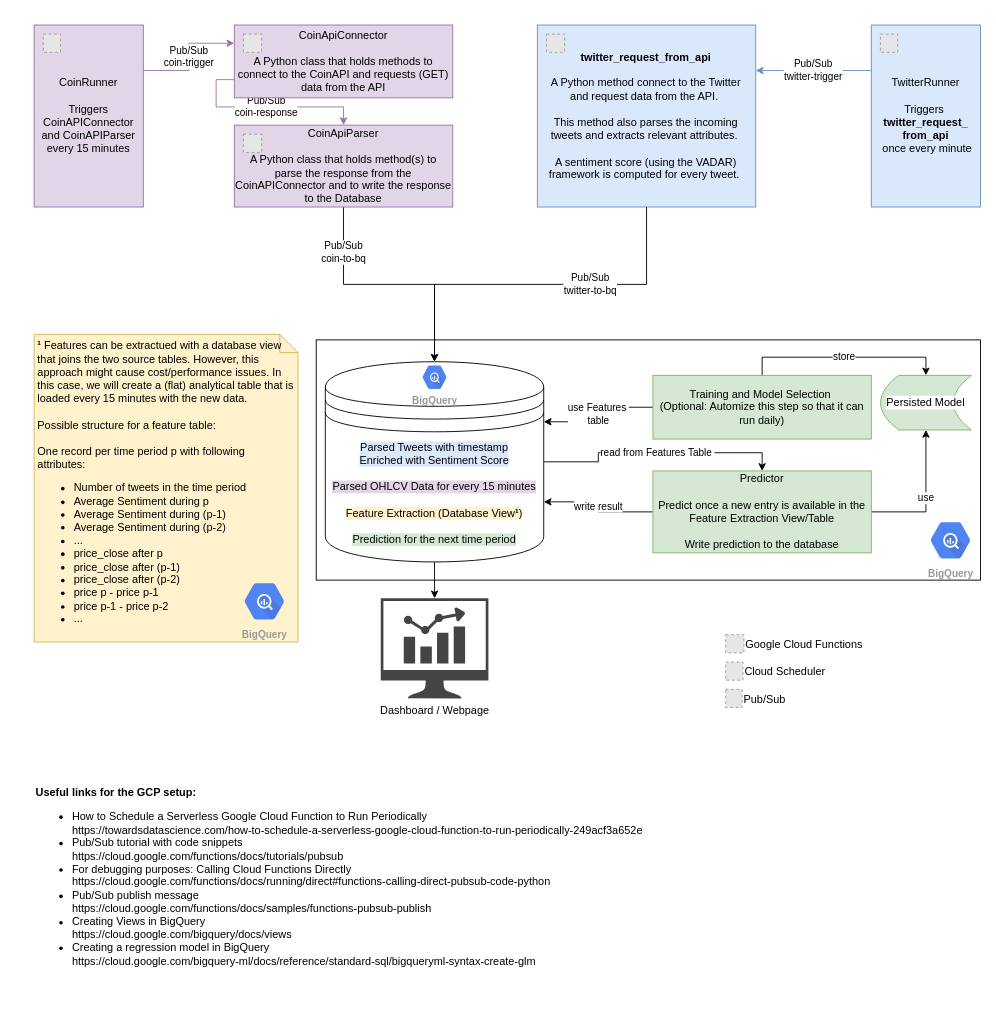
ptgrigorov27/TheMask keeps this draw.io diagram as page "All in one" (1 of 6) of documentation/DataFlow.drawio. Above is the earlier version. Source tidied: cells renumbered, new cells numbered last; positions are measured from the earlier drawing's top-left corner, leaving out a move shared by most shapes. Both pictures are drawn from the tidied source at 91%, with x=0, y=0 at pixel (34, 25). Pictures stored in the file or linked from it are replaced by grey dashed boxes.
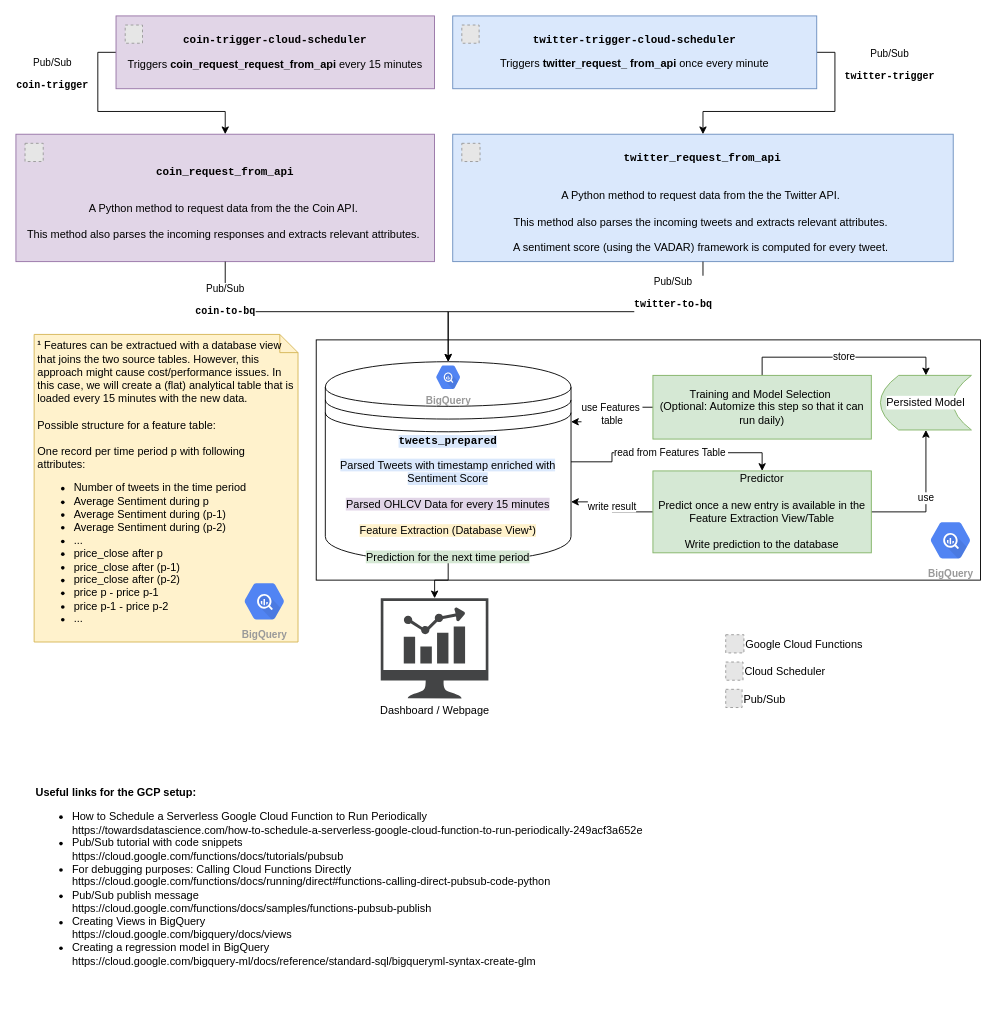
Above is the later version.

Change to the diagram source:
```diff
@@
-    <mxCell id="5" value="&lt;span style=&quot;background-color: rgb(218 , 232 , 252)&quot;&gt;Parsed Tweets with timestamp&lt;br&gt;Enriched with Sentiment Score&lt;/span&gt;&lt;br&gt;&lt;br&gt;&lt;span style=&quot;background-color: rgb(225 , 213 , 231)&quot;&gt;Parsed OHLCV Data for every 15 minutes&lt;br&gt;&lt;/span&gt;&lt;br&gt;&lt;font style=&quot;background-color: rgb(255 , 242 , 204)&quot;&gt;Feature Extraction (Database View&lt;b&gt;¹&lt;/b&gt;)&lt;br&gt;&lt;/font&gt;&lt;br&gt;&lt;span style=&quot;background-color: rgb(213 , 232 , 212)&quot;&gt;Prediction for the next time period&lt;/span&gt;" style="shape=datastore;whiteSpace=wrap;html=1;" parent="1" vertex="1">
-      <mxGeometry x="320" y="370" width="240" height="220" as="geometry" />
+    <mxCell id="5" value="&lt;pre&gt;&lt;span style=&quot;background-color: rgb(218 , 232 , 252)&quot;&gt;&lt;b&gt;tweets_prepared&lt;/b&gt;&lt;/span&gt;&lt;/pre&gt;&lt;span style=&quot;background-color: rgb(218 , 232 , 252)&quot;&gt;Parsed Tweets with timestamp enriched with Sentiment Score&lt;/span&gt;&lt;br&gt;&lt;br&gt;&lt;span style=&quot;background-color: rgb(225 , 213 , 231)&quot;&gt;Parsed OHLCV Data for every 15 minutes&lt;br&gt;&lt;/span&gt;&lt;br&gt;&lt;font style=&quot;background-color: rgb(255 , 242 , 204)&quot;&gt;Feature Extraction (Database View&lt;b&gt;¹&lt;/b&gt;)&lt;br&gt;&lt;/font&gt;&lt;br&gt;&lt;span style=&quot;background-color: rgb(213 , 232 , 212)&quot;&gt;Prediction for the next time period&lt;/span&gt;" style="shape=datastore;whiteSpace=wrap;html=1;" parent="1" vertex="1">
+      <mxGeometry x="320" y="370" width="270" height="220" as="geometry" />
     </mxCell>
-    <mxCell id="6" value="Pub/Sub&lt;br&gt;coin-response" style="edgeStyle=orthogonalEdgeStyle;rounded=0;jettySize=auto;html=1;exitX=0;exitY=0.75;exitDx=0;exitDy=0;fillColor=#e1d5e7;strokeColor=#9673a6;" parent="1" edge="1" source="7" target="9">
-      <mxGeometry relative="1" as="geometry">
-        <Array as="points">
-          <mxPoint x="200" y="60" />
-          <mxPoint x="200" y="90" />
-          <mxPoint x="340" y="90" />
-        </Array>
-      </mxGeometry>
-    </mxCell>
-    <mxCell id="7" value="CoinApiConnector&lt;br&gt;&lt;br&gt;A Python class that holds methods to connect to the CoinAPI and requests (GET) data from the API" style="rounded=0;whiteSpace=wrap;html=1;fillColor=#e1d5e7;strokeColor=#9673a6;" parent="1" vertex="1">
-      <mxGeometry x="220" width="240" height="80" as="geometry" />
+    <mxCell id="7" value="&lt;pre&gt;&lt;b&gt;coin_request_from_api&lt;/b&gt;&lt;/pre&gt;&lt;br&gt;A Python method to request data from the the Coin API.&amp;nbsp;&lt;br&gt;&lt;br&gt;This method also parses the incoming responses and extracts relevant attributes.&amp;nbsp;" style="rounded=0;whiteSpace=wrap;html=1;fillColor=#e1d5e7;strokeColor=#9673a6;spacingLeft=8;spacingRight=8;" parent="1" vertex="1">
+      <mxGeometry x="-20" y="120" width="460" height="140" as="geometry" />
     </mxCell>
-    <mxCell id="8" value="Pub/Sub&lt;br&gt;coin-to-bq" style="edgeStyle=orthogonalEdgeStyle;rounded=0;jettySize=auto;html=1;exitX=0.5;exitY=1;exitDx=0;exitDy=0;entryX=0.5;entryY=0;entryDx=0;entryDy=0;fontColor=#000000;" parent="1" edge="1" source="9" target="5">
-      <mxGeometry x="-0.63" relative="1" as="geometry" />
+    <mxCell id="8" value="Pub/Sub&lt;br&gt;&lt;pre&gt;&lt;b&gt;coin-to-bq&lt;/b&gt;&lt;/pre&gt;" style="edgeStyle=orthogonalEdgeStyle;rounded=0;jettySize=auto;html=1;exitX=0.5;exitY=1;exitDx=0;exitDy=0;entryX=0.5;entryY=0;entryDx=0;entryDy=0;fontColor=#000000;" parent="1" edge="1" source="7" target="5">
+      <mxGeometry x="-0.73" relative="1" as="geometry" />
     </mxCell>
-    <mxCell id="9" value="CoinApiParser&lt;br&gt;&lt;br&gt;A Python class that holds method(s) to parse the response from the CoinAPIConnector and to write the response to the Database" style="rounded=0;whiteSpace=wrap;html=1;fillColor=#e1d5e7;strokeColor=#9673a6;" parent="1" vertex="1">
-      <mxGeometry x="220" y="110" width="240" height="90" as="geometry" />
-    </mxCell>
-    <mxCell id="10" value="Pub/Sub&lt;br&gt;coin-trigger" style="edgeStyle=orthogonalEdgeStyle;rounded=0;jettySize=auto;html=1;exitX=1;exitY=0.25;exitDx=0;exitDy=0;entryX=0;entryY=0.25;entryDx=0;entryDy=0;fillColor=#e1d5e7;strokeColor=#9673a6;" parent="1" edge="1" source="11" target="7">
-      <mxGeometry relative="1" as="geometry" />
+    <mxCell id="10" value="Pub/Sub&lt;br&gt;&lt;pre&gt;&lt;b&gt;coin-trigger&lt;/b&gt;&lt;/pre&gt;" style="edgeStyle=orthogonalEdgeStyle;rounded=0;jettySize=auto;html=1;exitX=0;exitY=0.5;exitDx=0;exitDy=0;entryX=0.5;entryY=0;entryDx=0;entryDy=0;" parent="1" edge="1" source="11" target="7">
+      <mxGeometry x="-0.6" y="-50" relative="1" as="geometry" />
     </mxCell>
-    <mxCell id="11" value="CoinRunner&lt;br&gt;&lt;br&gt;Triggers CoinAPIConnector and CoinAPIParser every 15 minutes" style="rounded=0;whiteSpace=wrap;html=1;fillColor=#e1d5e7;strokeColor=#9673a6;" parent="1" vertex="1">
-      <mxGeometry width="120" height="200" as="geometry" />
+    <mxCell id="11" value="&lt;pre&gt;&lt;b&gt;coin-trigger-cloud-scheduler&lt;/b&gt;&lt;/pre&gt;&lt;p&gt;Triggers&amp;nbsp;&lt;b&gt;coin_&lt;/b&gt;&lt;b&gt;request_&lt;/b&gt;&lt;b&gt;request_&lt;/b&gt;&lt;b style=&quot;font-family: &amp;#34;helvetica&amp;#34;&quot;&gt;from_api &lt;/b&gt;&lt;span style=&quot;font-family: &amp;#34;helvetica&amp;#34;&quot;&gt;every 15 minutes&lt;/span&gt;&lt;/p&gt;&lt;p&gt;&lt;/p&gt;" style="rounded=0;whiteSpace=wrap;html=1;fillColor=#e1d5e7;strokeColor=#9673a6;" parent="1" vertex="1">
+      <mxGeometry x="90" y="-10" width="350" height="80" as="geometry" />
     </mxCell>
-    <mxCell id="12" value="&lt;b&gt;twitter_request_from_api&lt;br&gt;&lt;/b&gt;&lt;br&gt;A Python method connect to the Twitter and request data from the API.&amp;nbsp;&lt;br&gt;&lt;br&gt;This method also parses the incoming tweets and extracts relevant attributes.&amp;nbsp;&lt;br&gt;&lt;br&gt;A sentiment score (using the VADAR) framework is computed for every tweet.&amp;nbsp;" style="rounded=0;whiteSpace=wrap;html=1;fillColor=#dae8fc;strokeColor=#6c8ebf;spacingLeft=8;spacingRight=9;" parent="1" vertex="1">
-      <mxGeometry x="553" width="240" height="200" as="geometry" />
+    <mxCell id="12" value="&lt;pre&gt;&lt;b&gt;twitter_request_from_api&lt;/b&gt;&lt;/pre&gt;&lt;br&gt;A Python method to request data from the the Twitter API.&amp;nbsp;&lt;br&gt;&lt;br&gt;This method also parses the incoming tweets and extracts relevant attributes.&amp;nbsp;&lt;br&gt;&lt;br&gt;A sentiment score (using the VADAR) framework is computed for every tweet.&amp;nbsp;" style="rounded=0;whiteSpace=wrap;html=1;fillColor=#dae8fc;strokeColor=#6c8ebf;spacingLeft=8;spacingRight=9;" parent="1" vertex="1">
+      <mxGeometry x="460" y="120" width="550" height="140" as="geometry" />
     </mxCell>
@@
-    <mxCell id="14" value="Pub/Sub&lt;br&gt;twitter-trigger" style="edgeStyle=orthogonalEdgeStyle;rounded=0;jettySize=auto;html=1;exitX=0;exitY=0.25;exitDx=0;exitDy=0;entryX=1;entryY=0.25;entryDx=0;entryDy=0;fillColor=#dae8fc;strokeColor=#6c8ebf;" parent="1" edge="1" source="15" target="12">
-      <mxGeometry relative="1" as="geometry" />
+    <mxCell id="14" value="Pub/Sub&lt;br&gt;&lt;pre&gt;&lt;b&gt;twitter-trigger&lt;/b&gt;&lt;/pre&gt;" style="edgeStyle=orthogonalEdgeStyle;rounded=0;jettySize=auto;html=1;exitX=1;exitY=0.5;exitDx=0;exitDy=0;" parent="1" edge="1" source="38" target="12">
+      <mxGeometry x="-0.69" y="60" relative="1" as="geometry" />
     </mxCell>
-    <mxCell id="15" value="TwitterRunner&lt;br&gt;&lt;br&gt;Triggers&amp;nbsp;&lt;br&gt;&lt;b&gt;twitter_request_ from_api&lt;br&gt;&lt;/b&gt;&amp;nbsp;once every minute" style="rounded=0;whiteSpace=wrap;html=1;fillColor=#dae8fc;strokeColor=#6c8ebf;" parent="1" vertex="1">
-      <mxGeometry x="920" width="120" height="200" as="geometry" />
-    </mxCell>
-    <mxCell id="16" value="Pub/Sub&lt;br&gt;twitter-to-bq" style="edgeStyle=orthogonalEdgeStyle;rounded=0;jettySize=auto;html=1;exitX=0.5;exitY=1;exitDx=0;exitDy=0;fontColor=#000000;" parent="1" edge="1" source="12" target="5">
-      <mxGeometry x="-0.27" relative="1" as="geometry" />
+    <mxCell id="16" value="Pub/Sub&lt;br&gt;&lt;pre&gt;&lt;b&gt;twitter-to-bq&lt;/b&gt;&lt;/pre&gt;" style="edgeStyle=orthogonalEdgeStyle;rounded=0;jettySize=auto;html=1;exitX=0.5;exitY=1;exitDx=0;exitDy=0;fontColor=#000000;" parent="1" edge="1" source="12" target="5">
+      <mxGeometry x="-0.55" y="-15" relative="1" as="geometry" />
     </mxCell>
@@
     <mxCell id="26" style="fillColor=#E6E6E6;strokeColor=#999999;dashed=1;verticalLabelPosition=bottom;labelBackgroundColor=#ffffff;verticalAlign=top;" parent="1" vertex="1">
-      <mxGeometry x="563" y="10" width="20" height="20" as="geometry" />
+      <mxGeometry x="470" y="130" width="20" height="20" as="geometry" />
     </mxCell>
@@
     <mxCell id="28" style="fillColor=#E6E6E6;strokeColor=#999999;dashed=1;verticalLabelPosition=bottom;labelBackgroundColor=#ffffff;verticalAlign=top;" parent="1" vertex="1">
-      <mxGeometry x="230" y="10" width="20" height="20" as="geometry" />
+      <mxGeometry x="-10" y="130" width="20" height="20" as="geometry" />
     </mxCell>
-    <mxCell id="29" style="fillColor=#E6E6E6;strokeColor=#999999;dashed=1;verticalLabelPosition=bottom;labelBackgroundColor=#ffffff;verticalAlign=top;" parent="1" vertex="1">
-      <mxGeometry x="230" y="120" width="20" height="20" as="geometry" />
-    </mxCell>
@@
-    <mxCell id="31" style="fillColor=#E6E6E6;strokeColor=#999999;dashed=1;verticalLabelPosition=bottom;labelBackgroundColor=#ffffff;verticalAlign=top;" parent="1" vertex="1">
-      <mxGeometry x="930" y="10" width="19" height="20" as="geometry" />
-    </mxCell>
     <mxCell id="32" style="fillColor=#E6E6E6;strokeColor=#999999;dashed=1;verticalLabelPosition=bottom;labelBackgroundColor=#ffffff;verticalAlign=top;" parent="1" vertex="1">
-      <mxGeometry x="10" y="10" width="19" height="20" as="geometry" />
+      <mxGeometry x="100.1" width="19" height="20" as="geometry" />
     </mxCell>
@@
     <mxCell id="34" value="BigQuery" style="sketch=0;html=1;fillColor=#5184F3;strokeColor=none;verticalAlign=top;labelPosition=center;verticalLabelPosition=bottom;align=center;spacingTop=-6;fontSize=11;fontStyle=1;fontColor=#999999;shape=mxgraph.gcp2.hexIcon;prIcon=bigquery;" parent="1" vertex="1">
-      <mxGeometry x="420" y="368" width="40" height="38" as="geometry" />
+      <mxGeometry x="435" y="368" width="40" height="38" as="geometry" />
     </mxCell>
@@
+    <mxCell id="38" value="&lt;pre&gt;&lt;pre&gt;&lt;b&gt;twitter-trigger-cloud-scheduler&lt;/b&gt;&lt;/pre&gt;&lt;span style=&quot;font-family: &amp;#34;helvetica&amp;#34;&quot;&gt;Triggers&amp;nbsp;&lt;/span&gt;&lt;b style=&quot;font-family: &amp;#34;helvetica&amp;#34;&quot;&gt;twitter_&lt;/b&gt;&lt;b style=&quot;font-family: &amp;#34;helvetica&amp;#34;&quot;&gt;request_&amp;nbsp;&lt;/b&gt;&lt;b style=&quot;font-family: &amp;#34;helvetica&amp;#34;&quot;&gt;from_api&amp;nbsp;&lt;/b&gt;&lt;span style=&quot;font-family: &amp;#34;helvetica&amp;#34;&quot;&gt;once every minute&lt;/span&gt;&lt;br&gt;&lt;/pre&gt;&lt;p&gt;&lt;/p&gt;" style="rounded=0;whiteSpace=wrap;html=1;fillColor=#dae8fc;strokeColor=#6c8ebf;" parent="1" vertex="1">
+      <mxGeometry x="460" y="-10" width="400" height="80" as="geometry" />
+    </mxCell>
+    <mxCell id="31" style="fillColor=#E6E6E6;strokeColor=#999999;dashed=1;verticalLabelPosition=bottom;labelBackgroundColor=#ffffff;verticalAlign=top;" parent="1" vertex="1">
+      <mxGeometry x="470" width="19" height="20" as="geometry" />
+    </mxCell>
```
